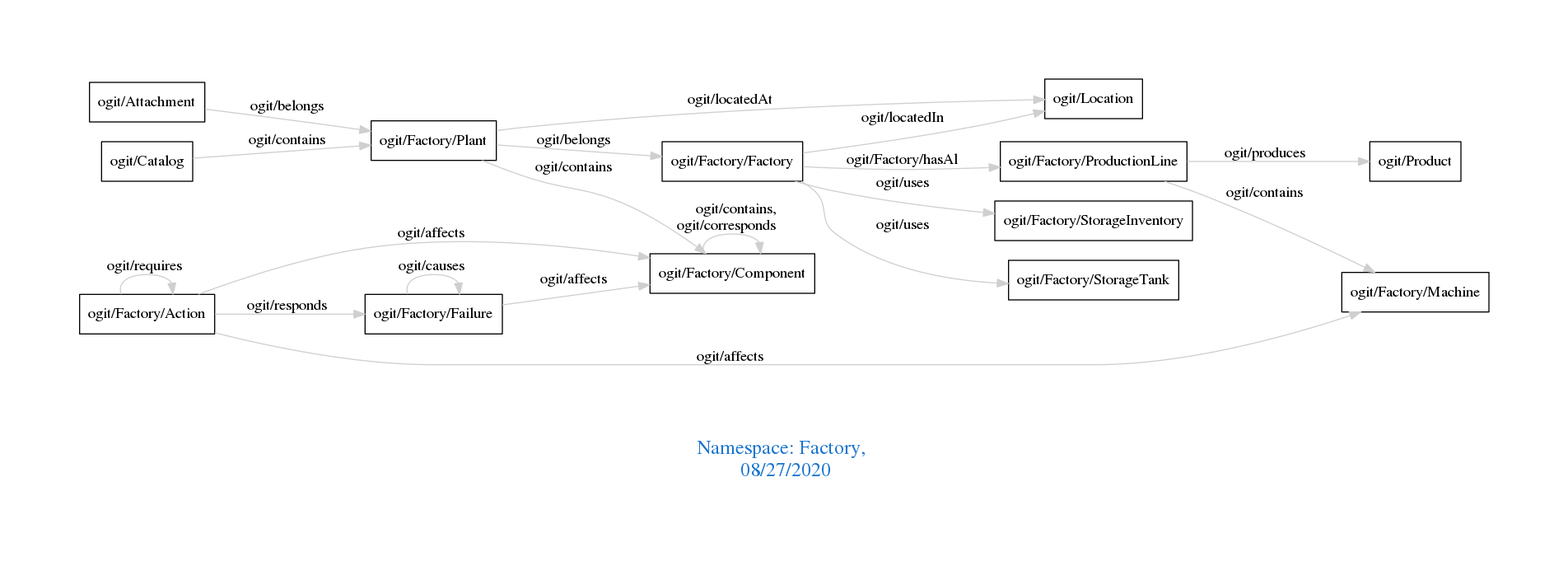
Earlier version of the Graphviz export downloads/Factory.png (arago/OGIT). Its source is kept beside it as downloads/Factory.dot.
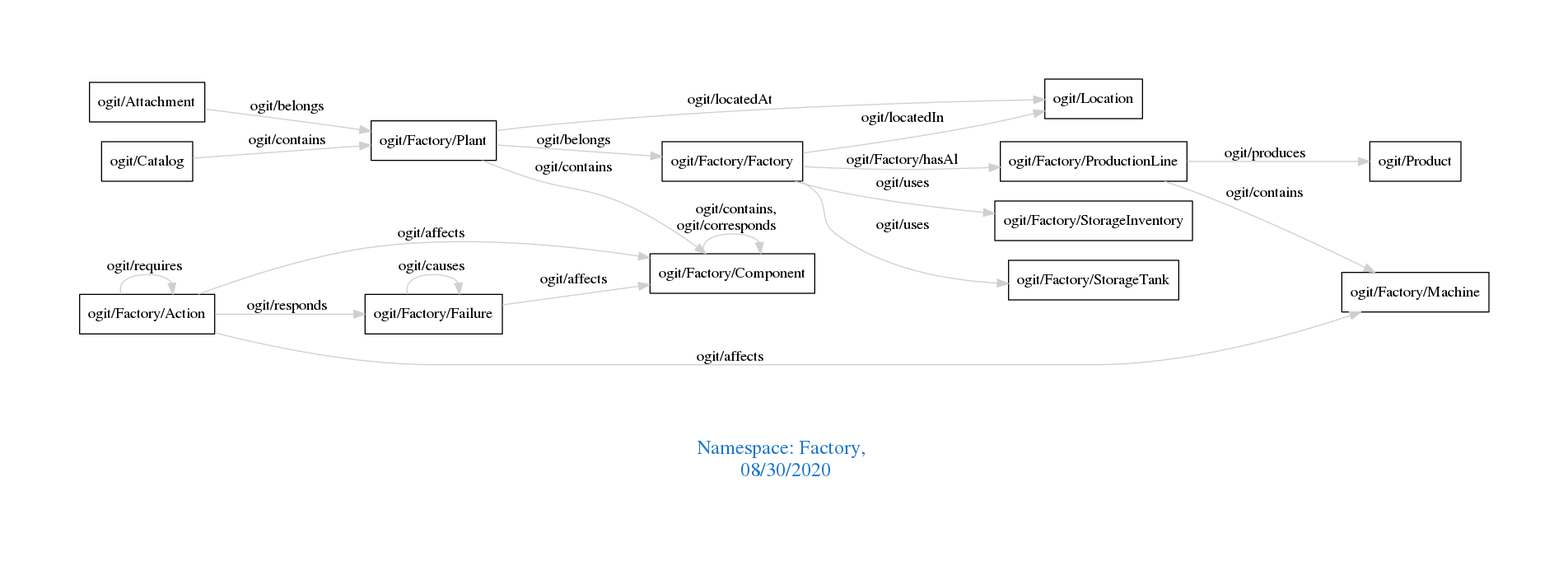
The same file after the commit.

What changed in the source:
```diff
@@ -1,7 +1,7 @@
 digraph OGIT_ontology {
  graph [ rankdir= LR,pad=1
 fontsize = 18,
-fontcolor= dodgerblue3,label = "\n\n\nNamespace: Factory, \n 08/27/2020"];
+fontcolor= dodgerblue3,label = "\n\n\nNamespace: Factory, \n 08/30/2020"];
 node[shape=polygon];
 edge [  color="gray81"];
 
```
